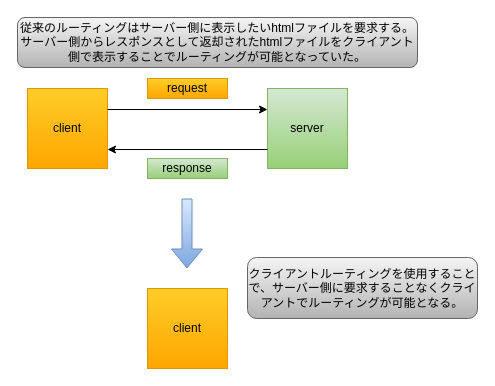
Above: router.drawio in TokutyTok/React-Code-Collection (draw.io), before the change. Source tidied: cells renumbered, new cells numbered last; positions are measured from the earlier drawing's top-left corner, leaving out a move shared by most shapes. Both pictures are drawn from the tidied source at 100%, with x=0, y=0 at pixel (17, 17).
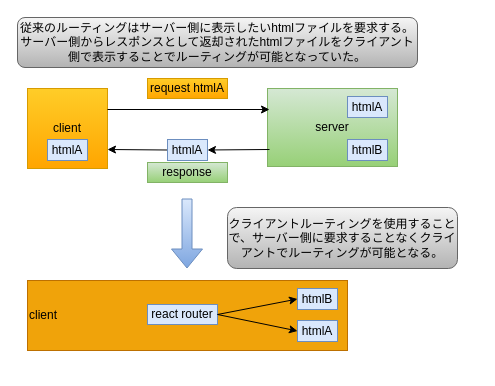
The same page after the edit.

Commit message:
router.drawio を更新します

The edit, as a diff of the source:
```diff
@@
+    <mxCell id="3" value="server" style="rounded=0;whiteSpace=wrap;html=1;fillColor=#d5e8d4;strokeColor=#82b366;gradientColor=#97d077;" parent="1" vertex="1">
+      <mxGeometry x="250" y="71" width="130" height="78" as="geometry" />
+    </mxCell>
+    <mxCell id="8" value="client" style="rounded=0;whiteSpace=wrap;html=1;fillColor=#f0a30a;strokeColor=#BD7000;fontColor=#000000;align=left;" parent="1" vertex="1">
+      <mxGeometry x="10" y="263" width="320" height="70" as="geometry" />
+    </mxCell>
@@
-    <mxCell id="3" value="server" style="whiteSpace=wrap;html=1;fillColor=#d5e8d4;gradientColor=#97d077;strokeColor=#82b366;" parent="1" vertex="1">
-      <mxGeometry x="250" y="71" width="80" height="80" as="geometry" />
-    </mxCell>
     <mxCell id="4" style="endArrow=classic;html=1;rounded=0;exitX=1;exitY=0.25;exitDx=0;exitDy=0;entryX=0;entryY=0.25;entryDx=0;entryDy=0;" parent="1" edge="1">
       <mxGeometry relative="1" as="geometry">
         <mxPoint x="90" y="92" as="sourcePoint" />
-        <mxPoint x="250" y="92" as="targetPoint" />
+        <mxPoint x="252" y="92" as="targetPoint" />
       </mxGeometry>
     </mxCell>
-    <mxCell id="5" style="endArrow=classic;html=1;rounded=0;exitX=0;exitY=0.75;exitDx=0;exitDy=0;entryX=1;entryY=0.75;entryDx=0;entryDy=0;" parent="1" edge="1">
+    <mxCell id="5" style="endArrow=classic;html=1;rounded=0;entryX=1;entryY=0.75;entryDx=0;entryDy=0;exitX=0;exitY=0.5;exitDx=0;exitDy=0;" parent="1" edge="1" source="15">
       <mxGeometry relative="1" as="geometry">
-        <mxPoint x="250" y="132" as="sourcePoint" />
         <mxPoint x="90" y="132" as="targetPoint" />
       </mxGeometry>
     </mxCell>
-    <mxCell id="6" value="request" style="rounded=0;whiteSpace=wrap;html=1;fillColor=#ffcd28;gradientColor=#ffa500;strokeColor=#d79b00;" parent="1" vertex="1">
+    <mxCell id="6" value="request htmlA" style="rounded=0;whiteSpace=wrap;html=1;fillColor=#ffcd28;gradientColor=#ffa500;strokeColor=#d79b00;" parent="1" vertex="1">
       <mxGeometry x="130" y="61" width="80" height="20" as="geometry" />
     </mxCell>
     <mxCell id="7" value="response" style="rounded=0;whiteSpace=wrap;html=1;fillColor=#d5e8d4;gradientColor=#97d077;strokeColor=#82b366;" parent="1" vertex="1">
-      <mxGeometry x="130" y="141" width="80" height="20" as="geometry" />
+      <mxGeometry x="130" y="145" width="80" height="20" as="geometry" />
     </mxCell>
-    <mxCell id="8" value="client" style="whiteSpace=wrap;html=1;fillColor=#ffcd28;gradientColor=#ffa500;strokeColor=#d79b00;" parent="1" vertex="1">
-      <mxGeometry x="130" y="271" width="80" height="80" as="geometry" />
-    </mxCell>
@@
     <mxCell id="10" value="クライアントルーティングを使用することで、サーバー側に要求することなくクライアントでルーティングが可能となる。" style="rounded=1;whiteSpace=wrap;html=1;fillColor=#f5f5f5;strokeColor=#666666;gradientColor=#b3b3b3;" parent="1" vertex="1">
-      <mxGeometry x="230" y="240" width="230" height="61" as="geometry" />
+      <mxGeometry x="210" y="190" width="230" height="61" as="geometry" />
     </mxCell>
@@
+    <mxCell id="12" value="htmlA" style="rounded=0;whiteSpace=wrap;html=1;fillColor=#dae8fc;strokeColor=#6c8ebf;" parent="1" vertex="1">
+      <mxGeometry x="280" y="303" width="40" height="21" as="geometry" />
+    </mxCell>
+    <mxCell id="13" style="endArrow=classic;html=1;rounded=0;exitX=0;exitY=0.75;exitDx=0;exitDy=0;entryX=1;entryY=0.5;entryDx=0;entryDy=0;" parent="1" edge="1" target="15">
+      <mxGeometry relative="1" as="geometry">
+        <mxPoint x="252" y="132" as="sourcePoint" />
+      </mxGeometry>
+    </mxCell>
+    <mxCell id="14" value="htmlB" style="rounded=0;whiteSpace=wrap;html=1;fillColor=#dae8fc;strokeColor=#6c8ebf;" parent="1" vertex="1">
+      <mxGeometry x="280" y="271" width="40" height="21" as="geometry" />
+    </mxCell>
+    <mxCell id="15" value="htmlA" style="rounded=0;whiteSpace=wrap;html=1;fillColor=#dae8fc;strokeColor=#6c8ebf;" parent="1" vertex="1">
+      <mxGeometry x="150" y="122" width="40" height="21" as="geometry" />
+    </mxCell>
+    <mxCell id="16" value="htmlA" style="rounded=0;whiteSpace=wrap;html=1;fillColor=#dae8fc;strokeColor=#6c8ebf;" parent="1" vertex="1">
+      <mxGeometry x="30" y="122" width="40" height="21" as="geometry" />
+    </mxCell>
+    <mxCell id="17" value="react router" style="rounded=0;whiteSpace=wrap;html=1;fillColor=#dae8fc;strokeColor=#6c8ebf;" parent="1" vertex="1">
+      <mxGeometry x="130" y="287" width="70" height="20" as="geometry" />
+    </mxCell>
+    <mxCell id="18" style="endArrow=classic;html=1;rounded=0;exitX=1;exitY=0.5;exitDx=0;exitDy=0;entryX=0;entryY=0.5;entryDx=0;entryDy=0;" parent="1" edge="1" source="17" target="14">
+      <mxGeometry relative="1" as="geometry" />
+    </mxCell>
+    <mxCell id="19" style="endArrow=classic;html=1;rounded=0;entryX=0;entryY=0.5;entryDx=0;entryDy=0;exitX=1;exitY=0.5;exitDx=0;exitDy=0;" parent="1" edge="1" source="17" target="12">
+      <mxGeometry relative="1" as="geometry" />
+    </mxCell>
+    <mxCell id="20" value="htmlA" style="rounded=0;whiteSpace=wrap;html=1;fillColor=#dae8fc;strokeColor=#6c8ebf;" parent="1" vertex="1">
+      <mxGeometry x="330" y="79" width="40" height="21" as="geometry" />
+    </mxCell>
+    <mxCell id="21" value="htmlB" style="rounded=0;whiteSpace=wrap;html=1;fillColor=#dae8fc;strokeColor=#6c8ebf;" parent="1" vertex="1">
+      <mxGeometry x="330" y="122" width="40" height="21" as="geometry" />
+    </mxCell>
```
